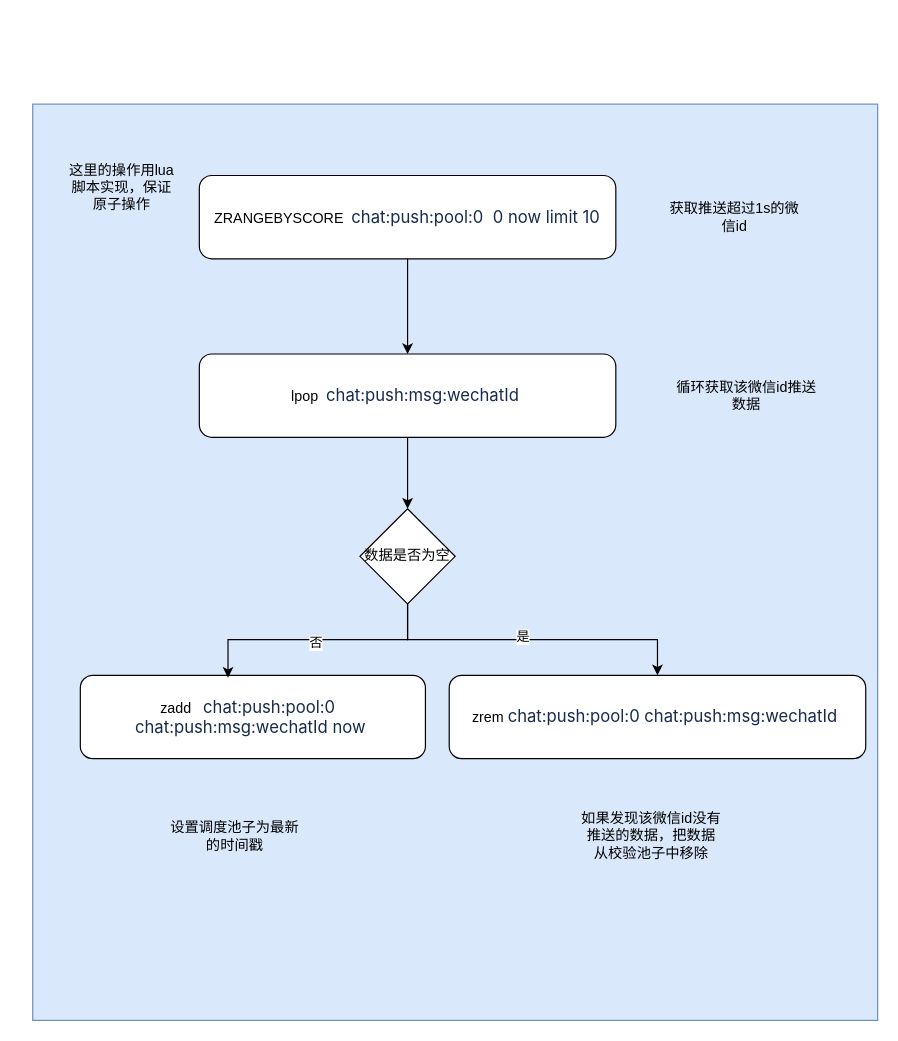
smallleaf/draw.io keeps this draw.io diagram as miyuan/推送数据Redis操作结构.drawio. Above is the earlier version. Source tidied: cells renumbered, new cells numbered last; positions are measured from the earlier drawing's top-left corner, leaving out a move shared by most shapes. Both pictures are drawn from the tidied source at 119%, with x=0, y=0 at pixel (32, 104).
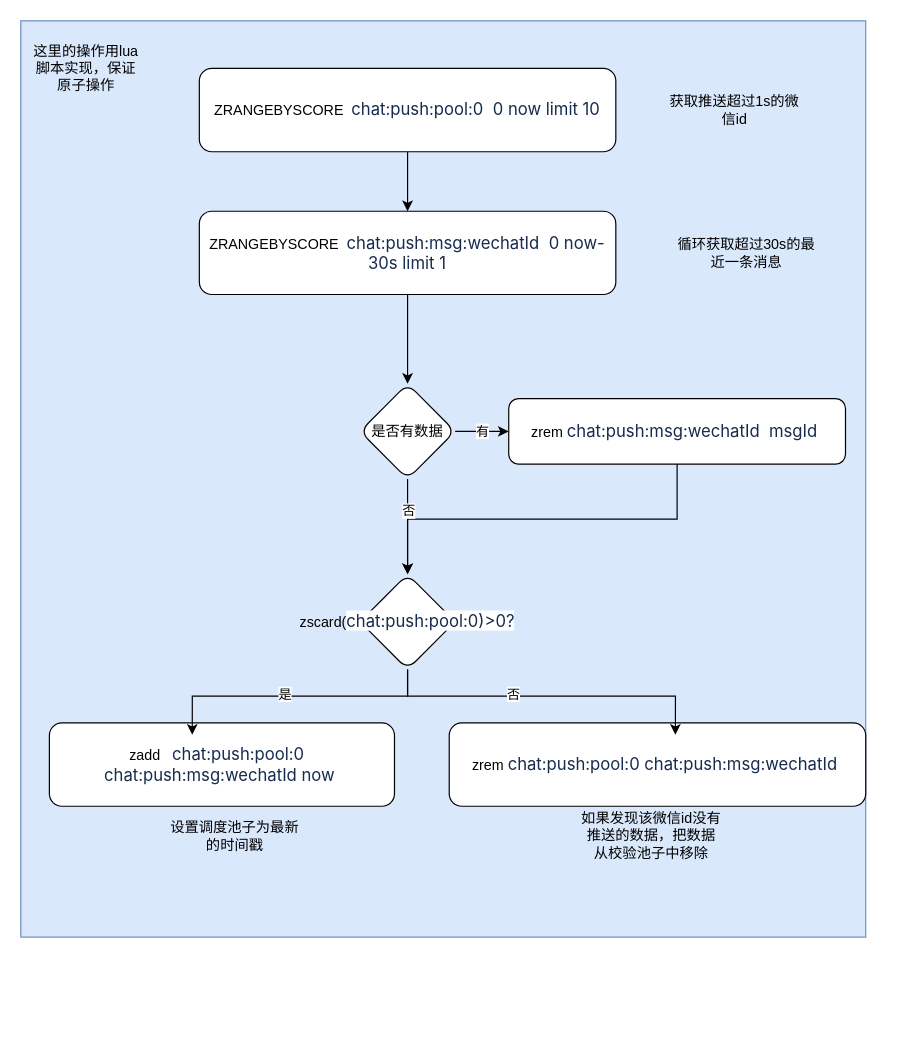
After the change.

Commit message:
更新推送数据Redis操作结构.drawio

Diff of the diagram source:
```diff
@@
     <mxCell id="2" style="rounded=0;whiteSpace=wrap;html=1;fillColor=#dae8fc;strokeColor=#6c8ebf;" parent="1" vertex="1">
-      <mxGeometry width="710" height="770" as="geometry" />
+      <mxGeometry x="-10" y="-70" width="710" height="770" as="geometry" />
     </mxCell>
-    <mxCell id="3" style="edgeStyle=orthogonalEdgeStyle;rounded=0;jettySize=auto;html=1;" parent="1" edge="1" source="4" target="7">
-      <mxGeometry relative="1" as="geometry" />
-    </mxCell>
+    <mxCell id="19" style="edgeStyle=orthogonalEdgeStyle;rounded=0;jettySize=auto;html=1;" parent="1" edge="1" source="4" target="22">
+      <mxGeometry relative="1" as="geometry" />
+    </mxCell>
     <mxCell id="4" value="ZRANGEBYSCORE&amp;nbsp;&amp;nbsp;&lt;span style=&quot;color: rgb(23, 43, 77); font-family: -apple-system, &amp;quot;system-ui&amp;quot;, &amp;quot;Segoe UI&amp;quot;, Roboto, Oxygen, Ubuntu, &amp;quot;Fira Sans&amp;quot;, &amp;quot;Droid Sans&amp;quot;, &amp;quot;Helvetica Neue&amp;quot;, sans-serif; font-size: 14px; text-align: start; background-color: rgb(255, 255, 255);&quot;&gt;chat:push:pool:0&amp;nbsp; 0 now limit 10&lt;/span&gt;" style="rounded=1;whiteSpace=wrap;html=1;" parent="1" vertex="1">
-      <mxGeometry x="140" y="60" width="350" height="70" as="geometry" />
+      <mxGeometry x="140" y="-30" width="350" height="70" as="geometry" />
     </mxCell>
     <mxCell id="5" value="获取推送超过1s的微信id" style="text;html=1;align=center;verticalAlign=middle;whiteSpace=wrap;rounded=0;" parent="1" vertex="1">
-      <mxGeometry x="530" y="70" width="120" height="50" as="geometry" />
+      <mxGeometry x="530" y="-20" width="120" height="50" as="geometry" />
     </mxCell>
-    <mxCell id="6" style="edgeStyle=orthogonalEdgeStyle;rounded=0;jettySize=auto;html=1;exitX=0.5;exitY=1;exitDx=0;exitDy=0;entryX=0.5;entryY=0;entryDx=0;entryDy=0;" parent="1" edge="1" source="7" target="11">
-      <mxGeometry relative="1" as="geometry" />
-    </mxCell>
+    <mxCell id="20" style="edgeStyle=orthogonalEdgeStyle;rounded=0;jettySize=auto;html=1;exitX=0.5;exitY=1;exitDx=0;exitDy=0;entryX=0.5;entryY=0;entryDx=0;entryDy=0;" parent="1" edge="1" source="7" target="28">
+      <mxGeometry relative="1" as="geometry" />
+    </mxCell>
-    <mxCell id="7" value="lpop&amp;nbsp;&amp;nbsp;&lt;span style=&quot;color: rgb(23, 43, 77); font-family: -apple-system, &amp;quot;system-ui&amp;quot;, &amp;quot;Segoe UI&amp;quot;, Roboto, Oxygen, Ubuntu, &amp;quot;Fira Sans&amp;quot;, &amp;quot;Droid Sans&amp;quot;, &amp;quot;Helvetica Neue&amp;quot;, sans-serif; font-size: 14px; text-align: left; background-color: rgb(255, 255, 255);&quot;&gt;chat:push:msg:wechatId&lt;/span&gt;&amp;nbsp;" style="rounded=1;whiteSpace=wrap;html=1;" parent="1" vertex="1">
-      <mxGeometry x="140" y="210" width="350" height="70" as="geometry" />
+    <mxCell id="7" value="zrem&amp;nbsp;&lt;span style=&quot;color: rgb(23, 43, 77); font-family: -apple-system, &amp;quot;system-ui&amp;quot;, &amp;quot;Segoe UI&amp;quot;, Roboto, Oxygen, Ubuntu, &amp;quot;Fira Sans&amp;quot;, &amp;quot;Droid Sans&amp;quot;, &amp;quot;Helvetica Neue&amp;quot;, sans-serif; font-size: 14px; text-align: left; background-color: rgb(255, 255, 255);&quot;&gt;chat:push:msg:wechatId&amp;nbsp; msgId&amp;nbsp;&lt;/span&gt;" style="rounded=1;whiteSpace=wrap;html=1;" parent="1" vertex="1">
+      <mxGeometry x="400" y="247.5" width="283" height="55" as="geometry" />
     </mxCell>
-    <mxCell id="8" value="循环获取该微信id推送数据" style="text;html=1;align=center;verticalAlign=middle;whiteSpace=wrap;rounded=0;" parent="1" vertex="1">
-      <mxGeometry x="540" y="220" width="120" height="50" as="geometry" />
+    <mxCell id="8" value="循环获取超过30s的最近一条消息" style="text;html=1;align=center;verticalAlign=middle;whiteSpace=wrap;rounded=0;" parent="1" vertex="1">
+      <mxGeometry x="540" y="100" width="120" height="50" as="geometry" />
     </mxCell>
-    <mxCell id="9" style="edgeStyle=orthogonalEdgeStyle;rounded=0;jettySize=auto;html=1;exitX=0.5;exitY=1;exitDx=0;exitDy=0;" parent="1" edge="1" source="11" target="12">
-      <mxGeometry relative="1" as="geometry" />
-    </mxCell>
-    <mxCell id="10" value="是" style="edgeLabel;html=1;align=center;verticalAlign=middle;" parent="9" vertex="1">
-      <mxGeometry x="-0.07" y="3" relative="1" as="geometry" />
-    </mxCell>
-    <mxCell id="11" value="数据是否为空" style="rhombus;whiteSpace=wrap;html=1;" parent="1" vertex="1">
-      <mxGeometry x="275" y="340" width="80" height="80" as="geometry" />
-    </mxCell>
     <mxCell id="12" value="zrem&amp;nbsp;&lt;span style=&quot;color: rgb(23, 43, 77); font-family: -apple-system, &amp;quot;system-ui&amp;quot;, &amp;quot;Segoe UI&amp;quot;, Roboto, Oxygen, Ubuntu, &amp;quot;Fira Sans&amp;quot;, &amp;quot;Droid Sans&amp;quot;, &amp;quot;Helvetica Neue&amp;quot;, sans-serif; font-size: 14px; text-align: start; background-color: rgb(255, 255, 255);&quot;&gt;chat:push:pool:0&amp;nbsp;&lt;/span&gt;&lt;span style=&quot;color: rgb(23, 43, 77); font-family: -apple-system, &amp;quot;system-ui&amp;quot;, &amp;quot;Segoe UI&amp;quot;, Roboto, Oxygen, Ubuntu, &amp;quot;Fira Sans&amp;quot;, &amp;quot;Droid Sans&amp;quot;, &amp;quot;Helvetica Neue&amp;quot;, sans-serif; font-size: 14px; text-align: left; background-color: rgb(255, 255, 255);&quot;&gt;chat:push:msg:wechatId&lt;/span&gt;&lt;span style=&quot;color: rgb(23, 43, 77); font-family: -apple-system, &amp;quot;system-ui&amp;quot;, &amp;quot;Segoe UI&amp;quot;, Roboto, Oxygen, Ubuntu, &amp;quot;Fira Sans&amp;quot;, &amp;quot;Droid Sans&amp;quot;, &amp;quot;Helvetica Neue&amp;quot;, sans-serif; font-size: 14px; text-align: start; background-color: rgb(255, 255, 255);&quot;&gt;&amp;nbsp;&lt;/span&gt;" style="rounded=1;whiteSpace=wrap;html=1;" parent="1" vertex="1">
-      <mxGeometry x="350" y="480" width="350" height="70" as="geometry" />
+      <mxGeometry x="350" y="520" width="350" height="70" as="geometry" />
     </mxCell>
@@
     <mxCell id="14" value="这里的操作用lua脚本实现，保证原子操作" style="text;html=1;align=center;verticalAlign=middle;whiteSpace=wrap;rounded=0;" parent="1" vertex="1">
-      <mxGeometry x="30" y="40" width="90" height="60" as="geometry" />
+      <mxGeometry y="-60" width="90" height="60" as="geometry" />
     </mxCell>
     <mxCell id="15" value="zadd&amp;nbsp;&amp;nbsp;&amp;nbsp;&lt;span style=&quot;color: rgb(23, 43, 77); font-family: -apple-system, &amp;quot;system-ui&amp;quot;, &amp;quot;Segoe UI&amp;quot;, Roboto, Oxygen, Ubuntu, &amp;quot;Fira Sans&amp;quot;, &amp;quot;Droid Sans&amp;quot;, &amp;quot;Helvetica Neue&amp;quot;, sans-serif; font-size: 14px; text-align: start; background-color: rgb(255, 255, 255);&quot;&gt;chat:push:pool:0&amp;nbsp;&amp;nbsp;&lt;/span&gt;&lt;div&gt;&lt;span style=&quot;color: rgb(23, 43, 77); font-family: -apple-system, &amp;quot;system-ui&amp;quot;, &amp;quot;Segoe UI&amp;quot;, Roboto, Oxygen, Ubuntu, &amp;quot;Fira Sans&amp;quot;, &amp;quot;Droid Sans&amp;quot;, &amp;quot;Helvetica Neue&amp;quot;, sans-serif; font-size: 14px; text-align: left; background-color: rgb(255, 255, 255);&quot;&gt;chat:push:msg:wechatId now&lt;/span&gt;&amp;nbsp;&lt;/div&gt;" style="rounded=1;whiteSpace=wrap;html=1;" parent="1" vertex="1">
-      <mxGeometry x="40" y="480" width="290" height="70" as="geometry" />
+      <mxGeometry x="14" y="520" width="290" height="70" as="geometry" />
     </mxCell>
-    <mxCell id="16" style="edgeStyle=orthogonalEdgeStyle;rounded=0;jettySize=auto;html=1;exitX=0.5;exitY=1;exitDx=0;exitDy=0;entryX=0.428;entryY=0.029;entryDx=0;entryDy=0;entryPerimeter=0;" parent="1" edge="1" source="11" target="15">
-      <mxGeometry relative="1" as="geometry" />
-    </mxCell>
-    <mxCell id="17" value="否" style="edgeLabel;html=1;align=center;verticalAlign=middle;" parent="16" vertex="1">
-      <mxGeometry x="0.01" y="2" relative="1" as="geometry" />
-    </mxCell>
@@
+    <mxCell id="21" style="edgeStyle=orthogonalEdgeStyle;rounded=0;jettySize=auto;html=1;" parent="1" edge="1" source="22" target="27">
+      <mxGeometry relative="1" as="geometry" />
+    </mxCell>
+    <mxCell id="22" value="ZRANGEBYSCORE&amp;nbsp;&amp;nbsp;&lt;span style=&quot;color: rgb(23, 43, 77); font-family: -apple-system, &amp;quot;system-ui&amp;quot;, &amp;quot;Segoe UI&amp;quot;, Roboto, Oxygen, Ubuntu, &amp;quot;Fira Sans&amp;quot;, &amp;quot;Droid Sans&amp;quot;, &amp;quot;Helvetica Neue&amp;quot;, sans-serif; font-size: 14px; text-align: left; background-color: rgb(255, 255, 255);&quot;&gt;chat:push:msg:wechatId&lt;/span&gt;&lt;span style=&quot;color: rgb(23, 43, 77); font-family: -apple-system, &amp;quot;system-ui&amp;quot;, &amp;quot;Segoe UI&amp;quot;, Roboto, Oxygen, Ubuntu, &amp;quot;Fira Sans&amp;quot;, &amp;quot;Droid Sans&amp;quot;, &amp;quot;Helvetica Neue&amp;quot;, sans-serif; font-size: 14px; text-align: start; background-color: rgb(255, 255, 255);&quot;&gt;&amp;nbsp; 0 now-30s limit 1&lt;/span&gt;" style="rounded=1;whiteSpace=wrap;html=1;" parent="1" vertex="1">
+      <mxGeometry x="140" y="90" width="350" height="70" as="geometry" />
+    </mxCell>
+    <mxCell id="23" style="edgeStyle=orthogonalEdgeStyle;rounded=0;jettySize=auto;html=1;exitX=1;exitY=0.5;exitDx=0;exitDy=0;entryX=0;entryY=0.5;entryDx=0;entryDy=0;" parent="1" edge="1" source="27" target="7">
+      <mxGeometry relative="1" as="geometry" />
+    </mxCell>
+    <mxCell id="24" value="有" style="edgeLabel;html=1;align=center;verticalAlign=middle;" parent="23" vertex="1">
+      <mxGeometry x="-0.02" y="1" relative="1" as="geometry" />
+    </mxCell>
+    <mxCell id="25" style="edgeStyle=orthogonalEdgeStyle;rounded=0;jettySize=auto;html=1;" parent="1" edge="1" source="27" target="28">
+      <mxGeometry relative="1" as="geometry" />
+    </mxCell>
+    <mxCell id="26" value="否" style="edgeLabel;html=1;align=center;verticalAlign=middle;" parent="25" vertex="1">
+      <mxGeometry x="-0.35" relative="1" as="geometry" />
+    </mxCell>
+    <mxCell id="27" value="是否有数据" style="rhombus;whiteSpace=wrap;html=1;rounded=1;" parent="1" vertex="1">
+      <mxGeometry x="275" y="235" width="80" height="80" as="geometry" />
+    </mxCell>
+    <mxCell id="28" value="zscard(&lt;span style=&quot;color: rgb(23, 43, 77); font-family: -apple-system, &amp;quot;system-ui&amp;quot;, &amp;quot;Segoe UI&amp;quot;, Roboto, Oxygen, Ubuntu, &amp;quot;Fira Sans&amp;quot;, &amp;quot;Droid Sans&amp;quot;, &amp;quot;Helvetica Neue&amp;quot;, sans-serif; font-size: 14px; text-align: start; background-color: rgb(255, 255, 255);&quot;&gt;chat:push:pool:0)&amp;gt;0?&lt;/span&gt;" style="rhombus;whiteSpace=wrap;html=1;rounded=1;" parent="1" vertex="1">
+      <mxGeometry x="275" y="395" width="80" height="80" as="geometry" />
+    </mxCell>
+    <mxCell id="29" style="edgeStyle=orthogonalEdgeStyle;rounded=0;jettySize=auto;html=1;exitX=0.5;exitY=1;exitDx=0;exitDy=0;entryX=0.414;entryY=0.143;entryDx=0;entryDy=0;entryPerimeter=0;" parent="1" edge="1" source="28" target="15">
+      <mxGeometry relative="1" as="geometry" />
+    </mxCell>
+    <mxCell id="10" value="是" style="edgeLabel;html=1;align=center;verticalAlign=middle;" parent="29" vertex="1">
+      <mxGeometry x="0.07" y="-3" relative="1" as="geometry">
+        <mxPoint y="1" as="offset" />
+      </mxGeometry>
+    </mxCell>
+    <mxCell id="30" style="edgeStyle=orthogonalEdgeStyle;rounded=0;jettySize=auto;html=1;exitX=0.5;exitY=1;exitDx=0;exitDy=0;entryX=0.543;entryY=0.143;entryDx=0;entryDy=0;entryPerimeter=0;" parent="1" edge="1" source="28" target="12">
+      <mxGeometry relative="1" as="geometry" />
+    </mxCell>
+    <mxCell id="31" value="否" style="edgeLabel;html=1;align=center;verticalAlign=middle;" parent="30" vertex="1">
+      <mxGeometry x="-0.21" y="3" relative="1" as="geometry">
+        <mxPoint y="1" as="offset" />
+      </mxGeometry>
+    </mxCell>
```
